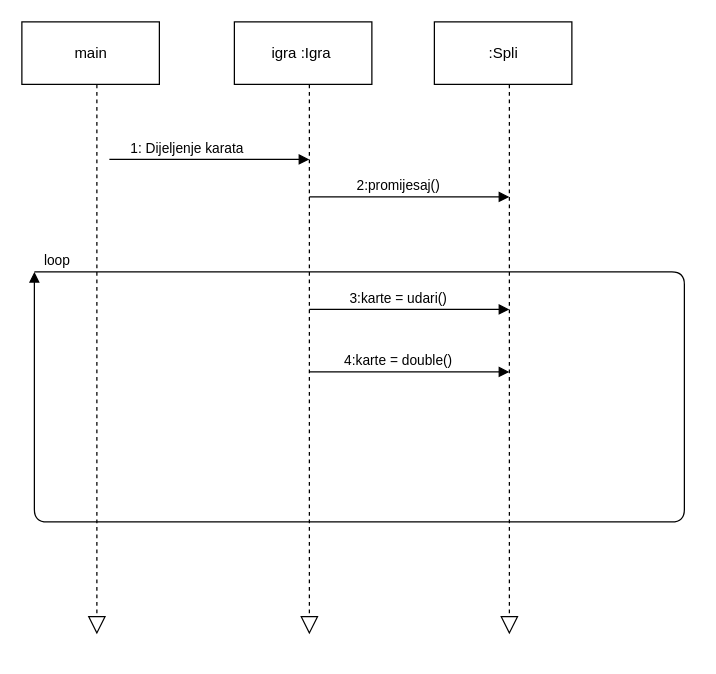
The draw.io diagram page "dijagram slijeda dijeljenja karata" (12 of 13) of Untitled Diagram.drawio in avrkic/21, before the edit. Source tidied: cells renumbered, new cells numbered last; positions are measured from the earlier drawing's top-left corner, leaving out a move shared by most shapes. Both pictures are drawn from the tidied source at 125%, with x=0, y=0 at pixel (21, 21).
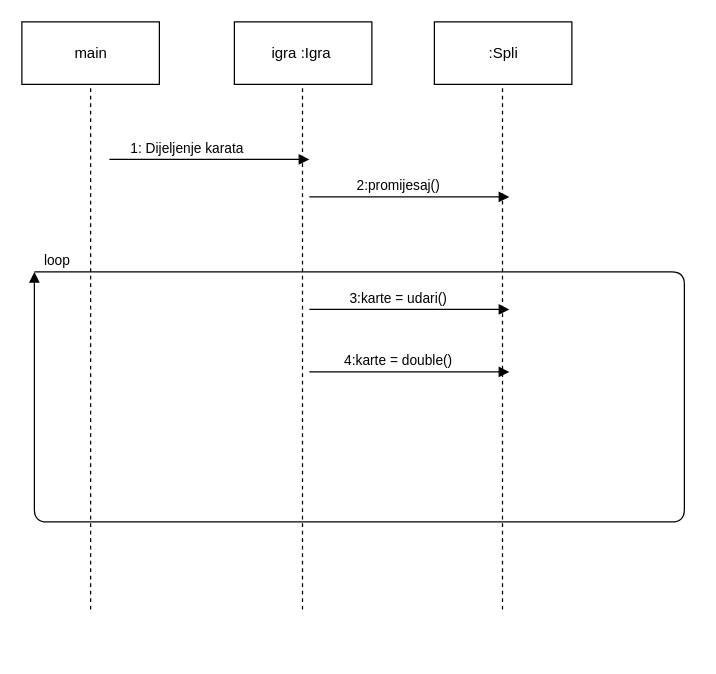
Above is the later version.

The change refers to these unchanged cells:
```xml
<mxCell id="2" value="main" style="html=1;" parent="1" vertex="1">
  <mxGeometry width="110" height="50" as="geometry" />
</mxCell>
```

Diff of the diagram source:
```diff
@@
-    <mxCell id="3" style="endArrow=block;dashed=1;endFill=0;endSize=12;html=1;exitX=0.5;exitY=1;exitDx=0;exitDy=0;" parent="1" edge="1">
-      <mxGeometry relative="1" as="geometry">
-        <mxPoint x="60" y="50" as="sourcePoint" />
-        <mxPoint x="60" y="490" as="targetPoint" />
-      </mxGeometry>
-    </mxCell>
@@
-    <mxCell id="5" style="endArrow=block;dashed=1;endFill=0;endSize=12;html=1;exitX=0.5;exitY=1;exitDx=0;exitDy=0;" parent="1" edge="1">
-      <mxGeometry relative="1" as="geometry">
-        <mxPoint x="230" y="50" as="sourcePoint" />
-        <mxPoint x="230" y="490" as="targetPoint" />
-      </mxGeometry>
-    </mxCell>
@@
-    <mxCell id="9" style="endArrow=block;dashed=1;endFill=0;endSize=12;html=1;exitX=0.5;exitY=1;exitDx=0;exitDy=0;" parent="1" edge="1">
-      <mxGeometry relative="1" as="geometry">
-        <mxPoint x="390" y="50" as="sourcePoint" />
-        <mxPoint x="390" y="490" as="targetPoint" />
-      </mxGeometry>
-    </mxCell>
@@
+    <mxCell id="18" style="endArrow=none;dashed=1;html=1;entryX=0.5;entryY=1;entryDx=0;entryDy=0;" parent="1" edge="1" target="2">
+      <mxGeometry relative="1" as="geometry">
+        <mxPoint x="55" y="470" as="sourcePoint" />
+      </mxGeometry>
+    </mxCell>
+    <mxCell id="19" style="endArrow=none;dashed=1;html=1;entryX=0.5;entryY=1;entryDx=0;entryDy=0;" parent="1" edge="1">
+      <mxGeometry relative="1" as="geometry">
+        <mxPoint x="224.5" y="470" as="sourcePoint" />
+        <mxPoint x="224.5" y="50" as="targetPoint" />
+      </mxGeometry>
+    </mxCell>
+    <mxCell id="20" style="endArrow=none;dashed=1;html=1;entryX=0.5;entryY=1;entryDx=0;entryDy=0;" parent="1" edge="1">
+      <mxGeometry relative="1" as="geometry">
+        <mxPoint x="384.5" y="470" as="sourcePoint" />
+        <mxPoint x="384.5" y="50" as="targetPoint" />
+      </mxGeometry>
+    </mxCell>
```
